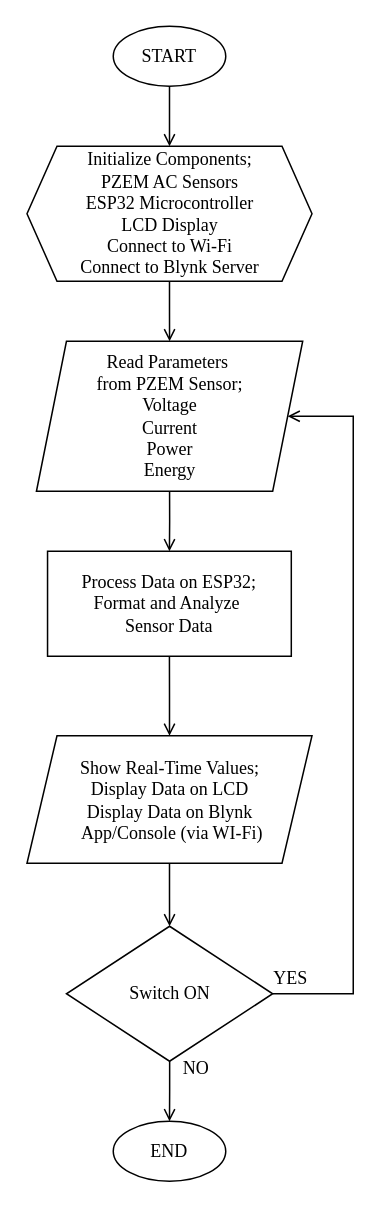
The draw.io diagram Untitled Diagram.drawio in Adeolu-Aremu/AIoT-Energy-Meter, before the edit. Source tidied: cells renumbered, new cells numbered last; positions are measured from the earlier drawing's top-left corner, leaving out a move shared by most shapes. Both pictures are drawn from the tidied source at 150%, with x=0, y=0 at pixel (26, 26).
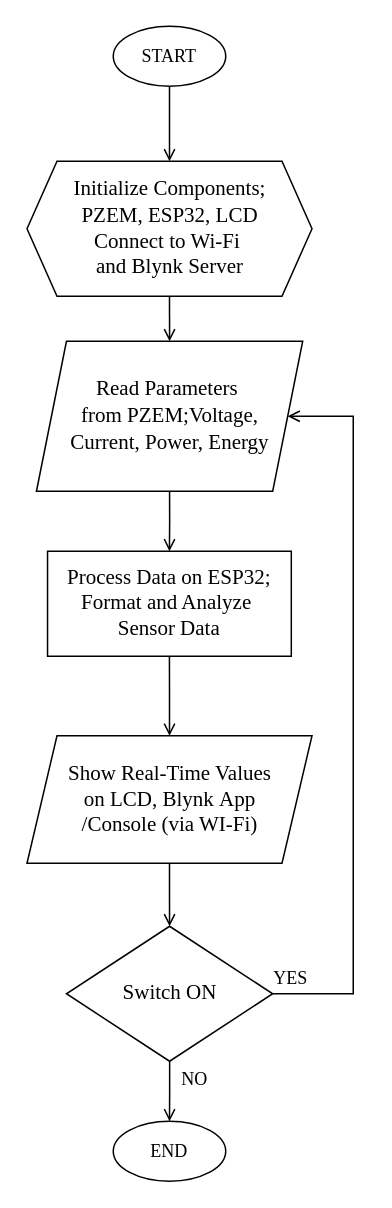
The same page after the edit.

What changed in the source:
```diff
@@
 <mxGraphModel>
   <root>
     <mxCell id="0" />
     <mxCell id="1" parent="0" />
     <mxCell id="2" value="&lt;font face=&quot;Times New Roman&quot;&gt;START&lt;/font&gt;" style="ellipse;whiteSpace=wrap;html=1;" parent="1" vertex="1">
       <mxGeometry x="58" width="75" height="40" as="geometry" />
     </mxCell>
-    <mxCell id="3" value="&lt;div style=&quot;text-wrap-mode: nowrap;&quot;&gt;&lt;font face=&quot;Times New Roman&quot;&gt;Read Parameters&amp;nbsp;&lt;/font&gt;&lt;/div&gt;&lt;div style=&quot;text-wrap-mode: nowrap;&quot;&gt;&lt;font face=&quot;Times New Roman&quot;&gt;from PZEM&amp;nbsp;&lt;span style=&quot;background-color: transparent; color: light-dark(rgb(0, 0, 0), rgb(255, 255, 255));&quot;&gt;Sensor;&lt;/span&gt;&lt;/font&gt;&lt;/div&gt;&lt;div style=&quot;text-wrap-mode: nowrap;&quot;&gt;&lt;font face=&quot;Times New Roman&quot;&gt;Voltage&lt;/font&gt;&lt;/div&gt;&lt;div style=&quot;text-wrap-mode: nowrap;&quot;&gt;&lt;font face=&quot;Times New Roman&quot;&gt;Current&lt;/font&gt;&lt;/div&gt;&lt;div style=&quot;text-wrap-mode: nowrap;&quot;&gt;&lt;font face=&quot;Times New Roman&quot;&gt;Power&lt;/font&gt;&lt;/div&gt;&lt;div style=&quot;text-wrap-mode: nowrap;&quot;&gt;&lt;font face=&quot;Times New Roman&quot;&gt;Energy&lt;/font&gt;&lt;/div&gt;" style="shape=parallelogram;perimeter=parallelogramPerimeter;whiteSpace=wrap;html=1;fixedSize=1;" parent="1" vertex="1">
+    <mxCell id="3" value="&lt;div style=&quot;text-wrap-mode: nowrap;&quot;&gt;&lt;font style=&quot;font-size: 14px;&quot; face=&quot;Times New Roman&quot;&gt;Read Parameters&amp;nbsp;&lt;/font&gt;&lt;/div&gt;&lt;div style=&quot;text-wrap-mode: nowrap;&quot;&gt;&lt;font style=&quot;font-size: 14px;&quot;&gt;&lt;font face=&quot;Times New Roman&quot;&gt;from PZEM;&lt;/font&gt;&lt;span style=&quot;font-family: &amp;quot;Times New Roman&amp;quot;; background-color: transparent; color: light-dark(rgb(0, 0, 0), rgb(255, 255, 255));&quot;&gt;Voltage,&lt;/span&gt;&lt;/font&gt;&lt;/div&gt;&lt;div style=&quot;text-wrap-mode: nowrap;&quot;&gt;&lt;font style=&quot;font-size: 14px;&quot;&gt;&lt;span style=&quot;font-family: &amp;quot;Times New Roman&amp;quot;; background-color: transparent; color: light-dark(rgb(0, 0, 0), rgb(255, 255, 255));&quot;&gt;Current,&amp;nbsp;&lt;/span&gt;&lt;span style=&quot;font-family: &amp;quot;Times New Roman&amp;quot;; background-color: transparent; color: light-dark(rgb(0, 0, 0), rgb(255, 255, 255));&quot;&gt;Power,&amp;nbsp;&lt;/span&gt;&lt;span style=&quot;font-family: &amp;quot;Times New Roman&amp;quot;; background-color: transparent; color: light-dark(rgb(0, 0, 0), rgb(255, 255, 255));&quot;&gt;Energy&lt;/span&gt;&lt;/font&gt;&lt;/div&gt;" style="shape=parallelogram;perimeter=parallelogramPerimeter;whiteSpace=wrap;html=1;fixedSize=1;" parent="1" vertex="1">
       <mxGeometry x="6.8" y="210" width="177.5" height="100" as="geometry" />
     </mxCell>
     <mxCell id="4" style="edgeStyle=orthogonalEdgeStyle;rounded=0;jettySize=auto;html=1;endArrow=open;endFill=0;entryX=0.5;entryY=0;entryDx=0;entryDy=0;entryPerimeter=0;" parent="1" edge="1" source="5" target="9">
       <mxGeometry relative="1" as="geometry" />
     </mxCell>
-    <mxCell id="5" value="&lt;div style=&quot;text-wrap-mode: nowrap;&quot;&gt;&lt;span style=&quot;background-color: transparent; color: light-dark(rgb(0, 0, 0), rgb(255, 255, 255));&quot;&gt;&lt;font face=&quot;Times New Roman&quot;&gt;Show Real-Time Values;&lt;/font&gt;&lt;/span&gt;&lt;/div&gt;&lt;div style=&quot;text-wrap-mode: nowrap;&quot;&gt;&lt;font face=&quot;Times New Roman&quot;&gt;Display Data on LCD&lt;/font&gt;&lt;/div&gt;&lt;div style=&quot;text-wrap-mode: nowrap;&quot;&gt;&lt;font face=&quot;Times New Roman&quot;&gt;Display Data on Blynk&lt;/font&gt;&lt;/div&gt;&lt;div style=&quot;text-wrap-mode: nowrap;&quot;&gt;&lt;font face=&quot;Times New Roman&quot;&gt;&amp;nbsp;App/Console (via WI-Fi)&lt;/font&gt;&lt;/div&gt;" style="shape=parallelogram;perimeter=parallelogramPerimeter;whiteSpace=wrap;html=1;fixedSize=1;" parent="1" vertex="1">
+    <mxCell id="5" value="&lt;div style=&quot;text-wrap-mode: nowrap;&quot;&gt;&lt;span style=&quot;background-color: transparent; color: light-dark(rgb(0, 0, 0), rgb(255, 255, 255));&quot;&gt;&lt;font style=&quot;font-size: 14px;&quot; face=&quot;Times New Roman&quot;&gt;Show Real-Time Values&lt;/font&gt;&lt;/span&gt;&lt;/div&gt;&lt;div style=&quot;text-wrap-mode: nowrap;&quot;&gt;&lt;font style=&quot;font-size: 14px; background-color: transparent; color: light-dark(rgb(0, 0, 0), rgb(255, 255, 255));&quot; face=&quot;Times New Roman&quot;&gt;&amp;nbsp;on LCD,&lt;/font&gt;&lt;span style=&quot;font-size: 14px; background-color: transparent; color: light-dark(rgb(0, 0, 0), rgb(255, 255, 255)); font-family: &amp;quot;Times New Roman&amp;quot;;&quot;&gt;&amp;nbsp;Blynk&amp;nbsp;&lt;/span&gt;&lt;span style=&quot;font-size: 14px; font-family: &amp;quot;Times New Roman&amp;quot;; background-color: transparent; color: light-dark(rgb(0, 0, 0), rgb(255, 255, 255));&quot;&gt;App&amp;nbsp;&lt;/span&gt;&lt;/div&gt;&lt;div style=&quot;text-wrap-mode: nowrap;&quot;&gt;&lt;span style=&quot;font-size: 14px; font-family: &amp;quot;Times New Roman&amp;quot;; background-color: transparent; color: light-dark(rgb(0, 0, 0), rgb(255, 255, 255));&quot;&gt;/Console (via WI-Fi)&lt;/span&gt;&lt;/div&gt;" style="shape=parallelogram;perimeter=parallelogramPerimeter;whiteSpace=wrap;html=1;fixedSize=1;" parent="1" vertex="1">
       <mxGeometry x="0.5" y="473" width="190" height="85" as="geometry" />
     </mxCell>
     <mxCell id="6" value="&lt;font face=&quot;Times New Roman&quot;&gt;END&lt;/font&gt;" style="ellipse;whiteSpace=wrap;html=1;" parent="1" vertex="1">
       <mxGeometry x="58" y="730" width="75" height="40" as="geometry" />
     </mxCell>
     <mxCell id="7" style="endArrow=open;html=1;rounded=0;exitX=1;exitY=0.5;exitDx=0;exitDy=0;entryX=1;entryY=0.5;entryDx=0;entryDy=0;endFill=0;exitPerimeter=0;" parent="1" edge="1" source="9" target="3">
       <mxGeometry relative="1" as="geometry">
         <Array as="points">
           <mxPoint x="218" y="645" />
           <mxPoint x="218" y="260" />
         </Array>
       </mxGeometry>
     </mxCell>
     <mxCell id="8" style="edgeStyle=orthogonalEdgeStyle;rounded=0;jettySize=auto;html=1;endArrow=open;endFill=0;" parent="1" edge="1" source="9" target="6">
       <mxGeometry relative="1" as="geometry" />
     </mxCell>
-    <mxCell id="9" value="&lt;font face=&quot;Times New Roman&quot;&gt;Switch ON&lt;/font&gt;" style="strokeWidth=1;html=1;shape=mxgraph.flowchart.decision;whiteSpace=wrap;" parent="1" vertex="1">
+    <mxCell id="9" value="&lt;font style=&quot;font-size: 14px;&quot; face=&quot;Times New Roman&quot;&gt;Switch ON&lt;/font&gt;" style="strokeWidth=1;html=1;shape=mxgraph.flowchart.decision;whiteSpace=wrap;" parent="1" vertex="1">
       <mxGeometry x="26.8" y="600" width="137.5" height="90" as="geometry" />
     </mxCell>
     <mxCell id="10" value="&lt;h6&gt;&lt;span style=&quot;color: light-dark(rgb(0, 0, 0), rgb(255, 255, 255)); font-weight: normal;&quot;&gt;&lt;font style=&quot;font-size: 12px;&quot; face=&quot;Times New Roman&quot;&gt;NO&lt;/font&gt;&lt;/span&gt;&lt;/h6&gt;&lt;div&gt;&lt;/div&gt;" style="text;html=1;align=center;verticalAlign=middle;strokeColor=none;fillColor=none;" parent="1" vertex="1">
-      <mxGeometry x="93" y="660" width="40" height="70" as="geometry" />
+      <mxGeometry x="92" y="667" width="40" height="70" as="geometry" />
     </mxCell>
-    <mxCell id="11" value="&lt;div style=&quot;text-wrap-mode: nowrap;&quot;&gt;&lt;font face=&quot;Times New Roman&quot;&gt;Process Data on ESP32;&lt;/font&gt;&lt;/div&gt;&lt;div style=&quot;text-wrap-mode: nowrap;&quot;&gt;&lt;font face=&quot;Times New Roman&quot;&gt;Format and Analyze&amp;nbsp;&lt;/font&gt;&lt;/div&gt;&lt;div style=&quot;text-wrap-mode: nowrap;&quot;&gt;&lt;font face=&quot;Times New Roman&quot;&gt;Sensor Data&lt;/font&gt;&lt;/div&gt;" style="rounded=0;whiteSpace=wrap;html=1;" parent="1" vertex="1">
+    <mxCell id="11" value="&lt;div style=&quot;text-wrap-mode: nowrap;&quot;&gt;&lt;font style=&quot;font-size: 14px;&quot; face=&quot;Times New Roman&quot;&gt;Process Data on ESP32;&lt;/font&gt;&lt;/div&gt;&lt;div style=&quot;text-wrap-mode: nowrap;&quot;&gt;&lt;font style=&quot;font-size: 14px;&quot; face=&quot;Times New Roman&quot;&gt;Format and Analyze&amp;nbsp;&lt;/font&gt;&lt;/div&gt;&lt;div style=&quot;text-wrap-mode: nowrap;&quot;&gt;&lt;font style=&quot;font-size: 14px;&quot; face=&quot;Times New Roman&quot;&gt;Sensor Data&lt;/font&gt;&lt;/div&gt;" style="rounded=0;whiteSpace=wrap;html=1;" parent="1" vertex="1">
       <mxGeometry x="14.2" y="350" width="162.5" height="70" as="geometry" />
     </mxCell>
     <mxCell id="12" style="edgeStyle=orthogonalEdgeStyle;rounded=0;jettySize=auto;html=1;endArrow=open;endFill=0;exitX=0.5;exitY=1;exitDx=0;exitDy=0;entryX=0.5;entryY=0;entryDx=0;entryDy=0;" parent="1" edge="1" source="11" target="5">
       <mxGeometry relative="1" as="geometry" />
     </mxCell>
     <mxCell id="13" value="&lt;h6&gt;&lt;span style=&quot;color: light-dark(rgb(0, 0, 0), rgb(255, 255, 255)); font-weight: normal;&quot;&gt;&lt;font style=&quot;font-size: 12px;&quot; face=&quot;Times New Roman&quot;&gt;YES&lt;/font&gt;&lt;/span&gt;&lt;/h6&gt;&lt;div&gt;&lt;/div&gt;" style="text;html=1;align=center;verticalAlign=middle;strokeColor=none;fillColor=none;" parent="1" vertex="1">
       <mxGeometry x="150.5" y="600" width="50" height="70" as="geometry" />
     </mxCell>
     <mxCell id="14" style="edgeStyle=orthogonalEdgeStyle;rounded=0;jettySize=auto;html=1;endArrow=open;endFill=0;exitX=0.5;exitY=1;exitDx=0;exitDy=0;entryX=0.5;entryY=0;entryDx=0;entryDy=0;" parent="1" edge="1" source="3" target="11">
       <mxGeometry relative="1" as="geometry" />
     </mxCell>
     <mxCell id="15" style="edgeStyle=orthogonalEdgeStyle;rounded=0;jettySize=auto;html=1;endArrow=open;endFill=0;exitX=0.5;exitY=1;exitDx=0;exitDy=0;entryX=0.5;entryY=0;entryDx=0;entryDy=0;" parent="1" edge="1" source="16" target="3">
       <mxGeometry relative="1" as="geometry" />
     </mxCell>
-    <mxCell id="16" value="&lt;span style=&quot;color: light-dark(rgb(0, 0, 0), rgb(255, 255, 255)); text-wrap-mode: nowrap; background-color: transparent;&quot;&gt;&lt;font face=&quot;Times New Roman&quot;&gt;Initialize Components;&lt;/font&gt;&lt;/span&gt;&lt;div style=&quot;text-wrap-mode: nowrap;&quot;&gt;&lt;font face=&quot;Times New Roman&quot;&gt;PZEM AC Sensors&lt;/font&gt;&lt;/div&gt;&lt;div style=&quot;text-wrap-mode: nowrap;&quot;&gt;&lt;font face=&quot;Times New Roman&quot;&gt;ESP32 Microcontroller&lt;/font&gt;&lt;/div&gt;&lt;div style=&quot;text-wrap-mode: nowrap;&quot;&gt;&lt;span style=&quot;background-color: transparent; color: light-dark(rgb(0, 0, 0), rgb(255, 255, 255));&quot;&gt;&lt;font face=&quot;Times New Roman&quot;&gt;LCD Display&lt;/font&gt;&lt;/span&gt;&lt;/div&gt;&lt;div style=&quot;text-wrap-mode: nowrap;&quot;&gt;&lt;font face=&quot;Times New Roman&quot;&gt;Connect to Wi-Fi&lt;/font&gt;&lt;/div&gt;&lt;div style=&quot;text-wrap-mode: nowrap;&quot;&gt;&lt;font face=&quot;Times New Roman&quot;&gt;Connect to Blynk Server&lt;/font&gt;&lt;/div&gt;" style="shape=hexagon;perimeter=hexagonPerimeter2;whiteSpace=wrap;html=1;fixedSize=1;" parent="1" vertex="1">
-      <mxGeometry x="0.5" y="80" width="190" height="90" as="geometry" />
+    <mxCell id="16" value="&lt;span style=&quot;color: light-dark(rgb(0, 0, 0), rgb(255, 255, 255)); text-wrap-mode: nowrap; background-color: transparent;&quot;&gt;&lt;font style=&quot;font-size: 14px;&quot; face=&quot;Times New Roman&quot;&gt;Initialize Components;&lt;/font&gt;&lt;/span&gt;&lt;div style=&quot;text-wrap-mode: nowrap;&quot;&gt;&lt;font style=&quot;font-size: 14px;&quot;&gt;&lt;font face=&quot;Times New Roman&quot;&gt;PZEM,&amp;nbsp;&lt;/font&gt;&lt;span style=&quot;font-family: &amp;quot;Times New Roman&amp;quot;; background-color: transparent; color: light-dark(rgb(0, 0, 0), rgb(255, 255, 255));&quot;&gt;ESP32,&amp;nbsp;&lt;/span&gt;&lt;span style=&quot;font-family: &amp;quot;Times New Roman&amp;quot;; background-color: transparent; color: light-dark(rgb(0, 0, 0), rgb(255, 255, 255));&quot;&gt;LCD&lt;/span&gt;&lt;/font&gt;&lt;/div&gt;&lt;div style=&quot;text-wrap-mode: nowrap;&quot;&gt;&lt;font style=&quot;font-size: 14px;&quot; face=&quot;Times New Roman&quot;&gt;Connect to Wi-Fi&amp;nbsp;&lt;/font&gt;&lt;/div&gt;&lt;div style=&quot;text-wrap-mode: nowrap;&quot;&gt;&lt;font style=&quot;font-size: 14px;&quot;&gt;&lt;font style=&quot;&quot; face=&quot;Times New Roman&quot;&gt;and&amp;nbsp;&lt;/font&gt;&lt;span style=&quot;font-family: &amp;quot;Times New Roman&amp;quot;; background-color: transparent; color: light-dark(rgb(0, 0, 0), rgb(255, 255, 255));&quot;&gt;Blynk Server&lt;/span&gt;&lt;/font&gt;&lt;/div&gt;" style="shape=hexagon;perimeter=hexagonPerimeter2;whiteSpace=wrap;html=1;fixedSize=1;" parent="1" vertex="1">
+      <mxGeometry x="0.5" y="90" width="190" height="90" as="geometry" />
     </mxCell>
     <mxCell id="17" style="edgeStyle=orthogonalEdgeStyle;rounded=0;jettySize=auto;html=1;endArrow=open;endFill=0;exitX=0.5;exitY=1;exitDx=0;exitDy=0;entryX=0.5;entryY=0;entryDx=0;entryDy=0;" parent="1" edge="1" source="2" target="16">
       <mxGeometry relative="1" as="geometry" />
     </mxCell>
   </root>
 </mxGraphModel>
```
